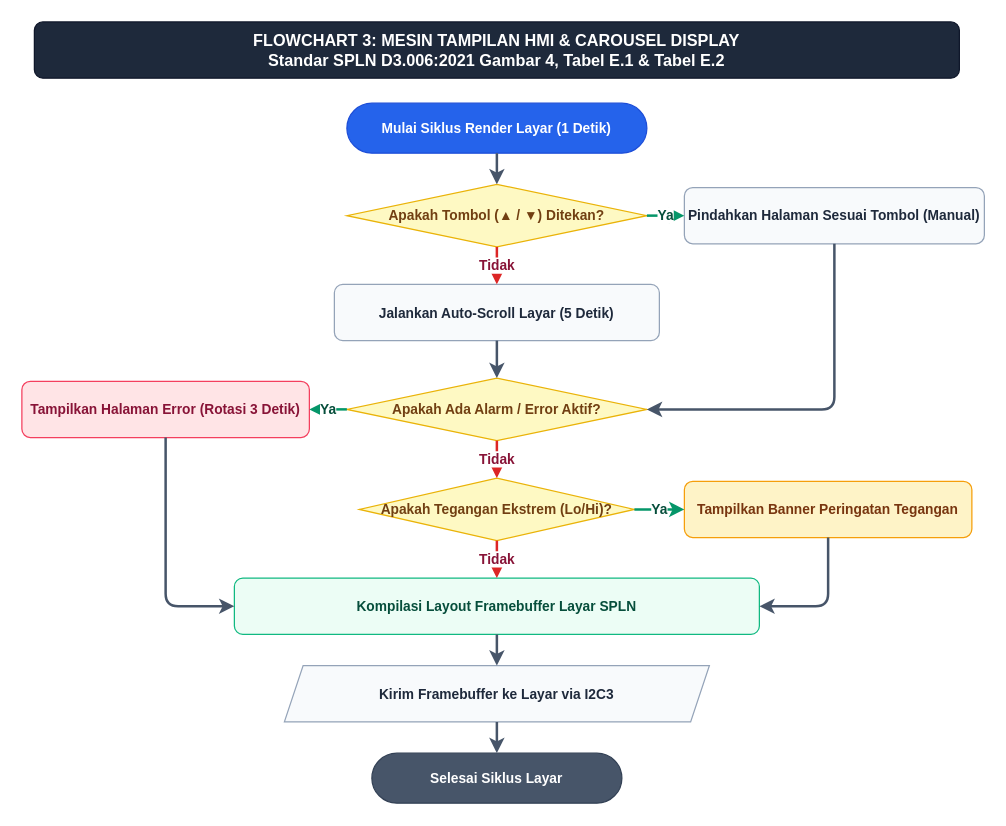
Earlier version of the draw.io diagram page "3. Tampilan Layar HMI" (3 of 4) of docs/e3_modular_flowcharts.drawio (Kevla27/ALLIN). Source tidied: cells renumbered, new cells numbered last; positions are measured from the earlier drawing's top-left corner, leaving out a move shared by most shapes. Both pictures are drawn from the tidied source at 125%, with x=0, y=0 at pixel (21, 21).
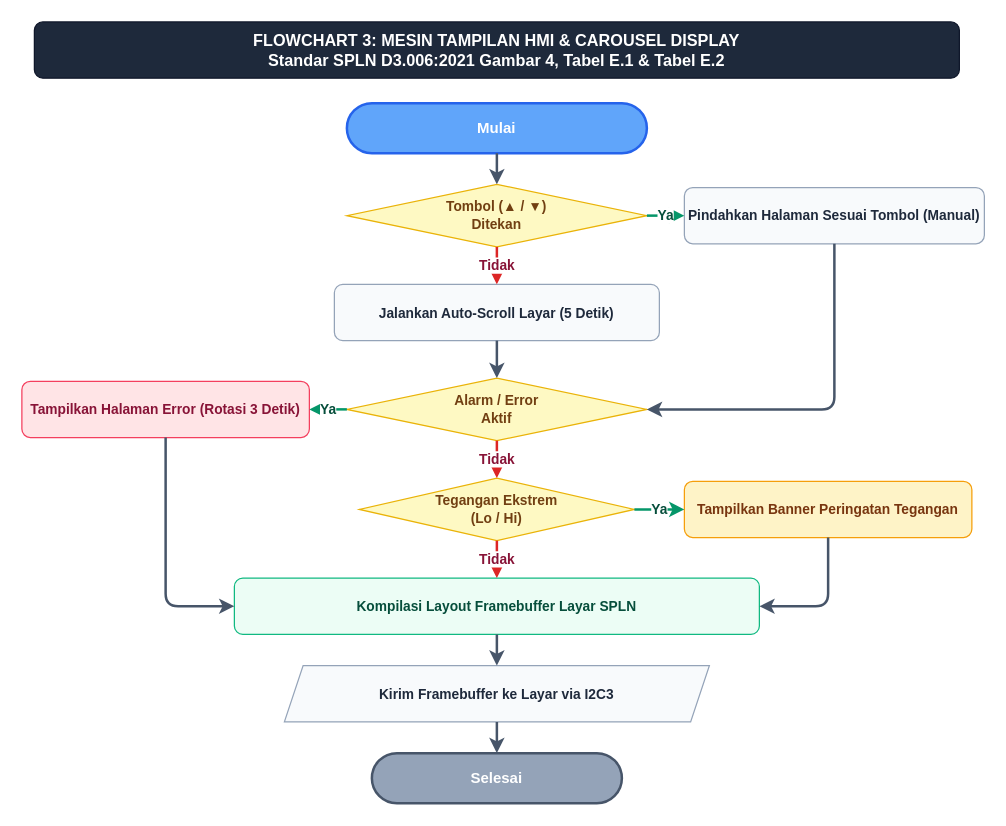
After the change.

Commit message (it also covers changes not shown here):
docs(flowchart): update e3_modular_flowcharts Tab 1..4 dengan Mulai, Selesai, Jajar Genjang I/O, dan tanpa tanda tanya di decision

The edit, as a diff of the source:
```diff
@@
-    <mxCell id="3" value="&lt;b&gt;Mulai Siklus Render Layar (1 Detik)&lt;/b&gt;" style="rounded=1;arcSize=50;whiteSpace=wrap;html=1;fillColor=#2563eb;strokeColor=#1d4ed8;fontColor=#ffffff;fontStyle=1;fontSize=11;align=center;" parent="1" vertex="1">
+    <mxCell id="3" value="&lt;b&gt;Mulai&lt;/b&gt;" style="rounded=1;arcSize=50;whiteSpace=wrap;html=1;fillColor=#60a5fa;strokeColor=#2563eb;strokeWidth=2;fontColor=#ffffff;fontSize=12;fontFamily=Helvetica;align=center;" parent="1" vertex="1">
       <mxGeometry x="260" y="65" width="240" height="40" as="geometry" />
     </mxCell>
-    <mxCell id="4" value="&lt;b&gt;Apakah Tombol (▲ / ▼) Ditekan?&lt;/b&gt;" style="rhombus;whiteSpace=wrap;html=1;fillColor=#fef9c3;strokeColor=#eab308;fontColor=#713f12;fontStyle=1;fontSize=11;align=center;" parent="1" vertex="1">
+    <mxCell id="4" value="&lt;b&gt;Tombol (▲ / ▼)&lt;br/&gt;Ditekan&lt;/b&gt;" style="rhombus;whiteSpace=wrap;html=1;fillColor=#fef9c3;strokeColor=#eab308;fontColor=#713f12;fontStyle=1;fontSize=11;align=center;" parent="1" vertex="1">
       <mxGeometry x="260" y="130" width="240" height="50" as="geometry" />
     </mxCell>
@@
-    <mxCell id="7" value="&lt;b&gt;Apakah Ada Alarm / Error Aktif?&lt;/b&gt;" style="rhombus;whiteSpace=wrap;html=1;fillColor=#fef9c3;strokeColor=#eab308;fontColor=#713f12;fontStyle=1;fontSize=11;align=center;" parent="1" vertex="1">
+    <mxCell id="7" value="&lt;b&gt;Alarm / Error&lt;br/&gt;Aktif&lt;/b&gt;" style="rhombus;whiteSpace=wrap;html=1;fillColor=#fef9c3;strokeColor=#eab308;fontColor=#713f12;fontStyle=1;fontSize=11;align=center;" parent="1" vertex="1">
       <mxGeometry x="260" y="285" width="240" height="50" as="geometry" />
     </mxCell>
@@
-    <mxCell id="9" value="&lt;b&gt;Apakah Tegangan Ekstrem (Lo/Hi)?&lt;/b&gt;" style="rhombus;whiteSpace=wrap;html=1;fillColor=#fef9c3;strokeColor=#eab308;fontColor=#713f12;fontStyle=1;fontSize=11;align=center;" parent="1" vertex="1">
+    <mxCell id="9" value="&lt;b&gt;Tegangan Ekstrem&lt;br/&gt;(Lo / Hi)&lt;/b&gt;" style="rhombus;whiteSpace=wrap;html=1;fillColor=#fef9c3;strokeColor=#eab308;fontColor=#713f12;fontStyle=1;fontSize=11;align=center;" parent="1" vertex="1">
       <mxGeometry x="270" y="365" width="220" height="50" as="geometry" />
     </mxCell>
@@
-    <mxCell id="13" value="&lt;b&gt;Selesai Siklus Layar&lt;/b&gt;" style="rounded=1;arcSize=50;whiteSpace=wrap;html=1;fillColor=#475569;strokeColor=#334155;fontColor=#ffffff;fontStyle=1;fontSize=11;align=center;" parent="1" vertex="1">
+    <mxCell id="13" value="&lt;b&gt;Selesai&lt;/b&gt;" style="rounded=1;arcSize=50;whiteSpace=wrap;html=1;fillColor=#94a3b8;strokeColor=#475569;strokeWidth=2;fontColor=#ffffff;fontSize=12;fontFamily=Helvetica;align=center;" parent="1" vertex="1">
       <mxGeometry x="280" y="585" width="200" height="40" as="geometry" />
     </mxCell>
```
